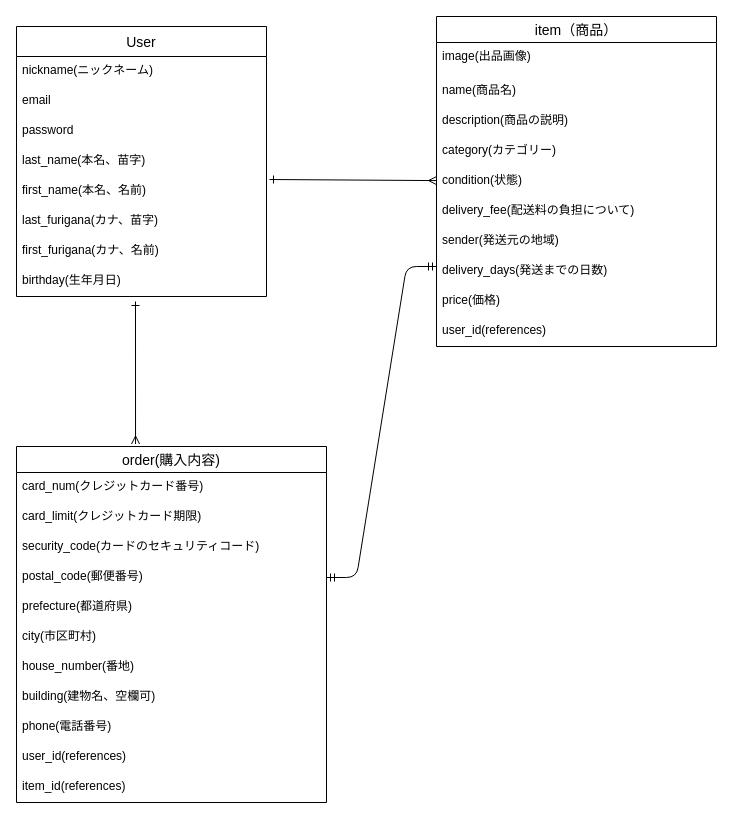
This is ER_figure.dio from masayoshi0327/furima-33082, a draw.io file, before an edit. Source tidied: cells renumbered, new cells numbered last; positions are measured from the earlier drawing's top-left corner, leaving out a move shared by most shapes. Both pictures are drawn from the tidied source at 100%, with x=0, y=0 at pixel (16, 16).
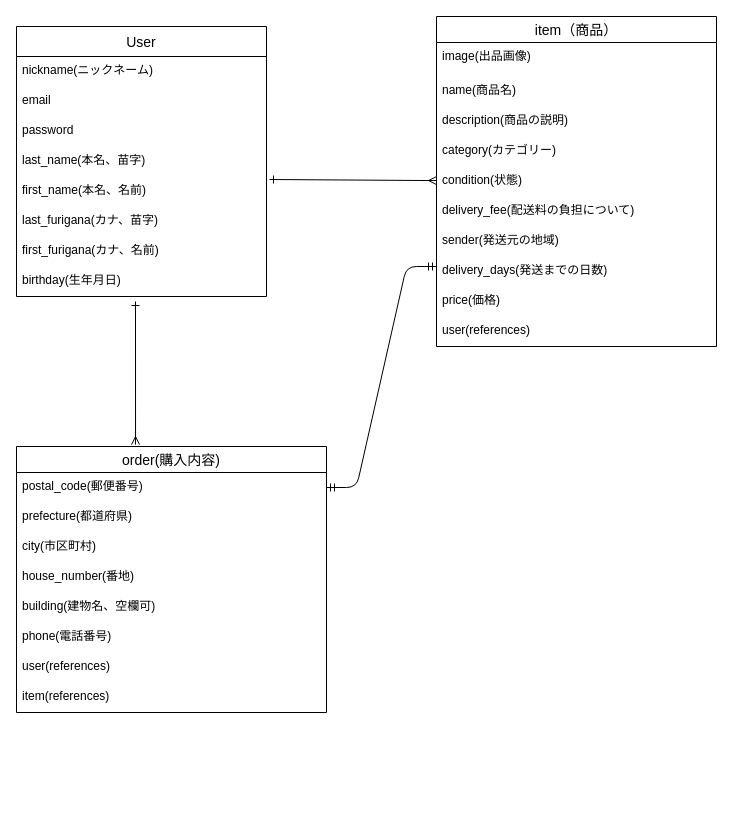
The same diagram, later.

Commit message (it also covers changes not shown here):
データベース設計（改1

Unchanged cells that the change refers to:
```xml
<mxCell id="11" value="item（商品）" style="swimlane;fontStyle=0;horizontal=1;startSize=26;align=center;fontSize=14;" parent="1" vertex="1">
  <mxGeometry x="420" width="280" height="330" as="geometry" />
</mxCell>
```

What changed in the source:
```diff
@@
-    <mxCell id="21" value="user_id(references)" style="text;strokeColor=none;fillColor=none;spacingLeft=4;spacingRight=4;overflow=hidden;fontSize=12;" parent="11" vertex="1">
+    <mxCell id="21" value="user(references)" style="text;strokeColor=none;fillColor=none;spacingLeft=4;spacingRight=4;overflow=hidden;fontSize=12;" parent="11" vertex="1">
       <mxGeometry y="300" width="280" height="30" as="geometry" />
     </mxCell>
     <mxCell id="22" value="order(購入内容)" style="swimlane;fontStyle=0;horizontal=1;startSize=26;align=center;fontSize=14;" parent="1" vertex="1">
-      <mxGeometry y="430" width="310" height="356" as="geometry" />
+      <mxGeometry y="430" width="310" height="266" as="geometry" />
     </mxCell>
-    <mxCell id="23" value="card_num(クレジットカード番号)" style="text;strokeColor=none;fillColor=none;spacingLeft=4;spacingRight=4;overflow=hidden;fontSize=12;" parent="22" vertex="1">
-      <mxGeometry y="26" width="310" height="30" as="geometry" />
-    </mxCell>
-    <mxCell id="24" value="card_limit(クレジットカード期限)" style="text;strokeColor=none;fillColor=none;spacingLeft=4;spacingRight=4;overflow=hidden;fontSize=12;" parent="22" vertex="1">
-      <mxGeometry y="56" width="310" height="30" as="geometry" />
-    </mxCell>
-    <mxCell id="25" value="security_code(カードのセキュリティコード)" style="text;strokeColor=none;fillColor=none;spacingLeft=4;spacingRight=4;overflow=hidden;fontSize=12;" parent="22" vertex="1">
-      <mxGeometry y="86" width="310" height="30" as="geometry" />
-    </mxCell>
     <mxCell id="26" value="postal_code(郵便番号)" style="text;strokeColor=none;fillColor=none;spacingLeft=4;spacingRight=4;overflow=hidden;points=[[0,0.5],[1,0.5]];portConstraint=eastwest;fontSize=12;" parent="22" vertex="1">
-      <mxGeometry y="116" width="310" height="30" as="geometry" />
+      <mxGeometry y="26" width="310" height="30" as="geometry" />
     </mxCell>
     <mxCell id="27" value="prefecture(都道府県)" style="text;strokeColor=none;fillColor=none;spacingLeft=4;spacingRight=4;overflow=hidden;fontSize=12;" parent="22" vertex="1">
-      <mxGeometry y="146" width="310" height="30" as="geometry" />
+      <mxGeometry y="56" width="310" height="30" as="geometry" />
     </mxCell>
     <mxCell id="28" value="city(市区町村)" style="text;strokeColor=none;fillColor=none;spacingLeft=4;spacingRight=4;overflow=hidden;fontSize=12;" parent="22" vertex="1">
-      <mxGeometry y="176" width="310" height="30" as="geometry" />
+      <mxGeometry y="86" width="310" height="30" as="geometry" />
     </mxCell>
     <mxCell id="29" value="house_number(番地)" style="text;strokeColor=none;fillColor=none;spacingLeft=4;spacingRight=4;overflow=hidden;fontSize=12;" parent="22" vertex="1">
-      <mxGeometry y="206" width="310" height="30" as="geometry" />
+      <mxGeometry y="116" width="310" height="30" as="geometry" />
     </mxCell>
     <mxCell id="30" value="building(建物名、空欄可)" style="text;strokeColor=none;fillColor=none;spacingLeft=4;spacingRight=4;overflow=hidden;fontSize=12;" parent="22" vertex="1">
-      <mxGeometry y="236" width="310" height="30" as="geometry" />
+      <mxGeometry y="146" width="310" height="30" as="geometry" />
     </mxCell>
     <mxCell id="31" value="phone(電話番号)" style="text;strokeColor=none;fillColor=none;spacingLeft=4;spacingRight=4;overflow=hidden;fontSize=12;" parent="22" vertex="1">
-      <mxGeometry y="266" width="310" height="30" as="geometry" />
+      <mxGeometry y="176" width="310" height="30" as="geometry" />
     </mxCell>
-    <mxCell id="32" value="user_id(references)" style="text;strokeColor=none;fillColor=none;spacingLeft=4;spacingRight=4;overflow=hidden;fontSize=12;" parent="22" vertex="1">
-      <mxGeometry y="296" width="310" height="30" as="geometry" />
+    <mxCell id="32" value="user(references)" style="text;strokeColor=none;fillColor=none;spacingLeft=4;spacingRight=4;overflow=hidden;fontSize=12;" parent="22" vertex="1">
+      <mxGeometry y="206" width="310" height="30" as="geometry" />
     </mxCell>
-    <mxCell id="33" value="item_id(references)" style="text;strokeColor=none;fillColor=none;spacingLeft=4;spacingRight=4;overflow=hidden;fontSize=12;" parent="22" vertex="1">
-      <mxGeometry y="326" width="310" height="30" as="geometry" />
+    <mxCell id="33" value="item(references)" style="text;strokeColor=none;fillColor=none;spacingLeft=4;spacingRight=4;overflow=hidden;fontSize=12;" parent="22" vertex="1">
+      <mxGeometry y="236" width="310" height="30" as="geometry" />
     </mxCell>
```
